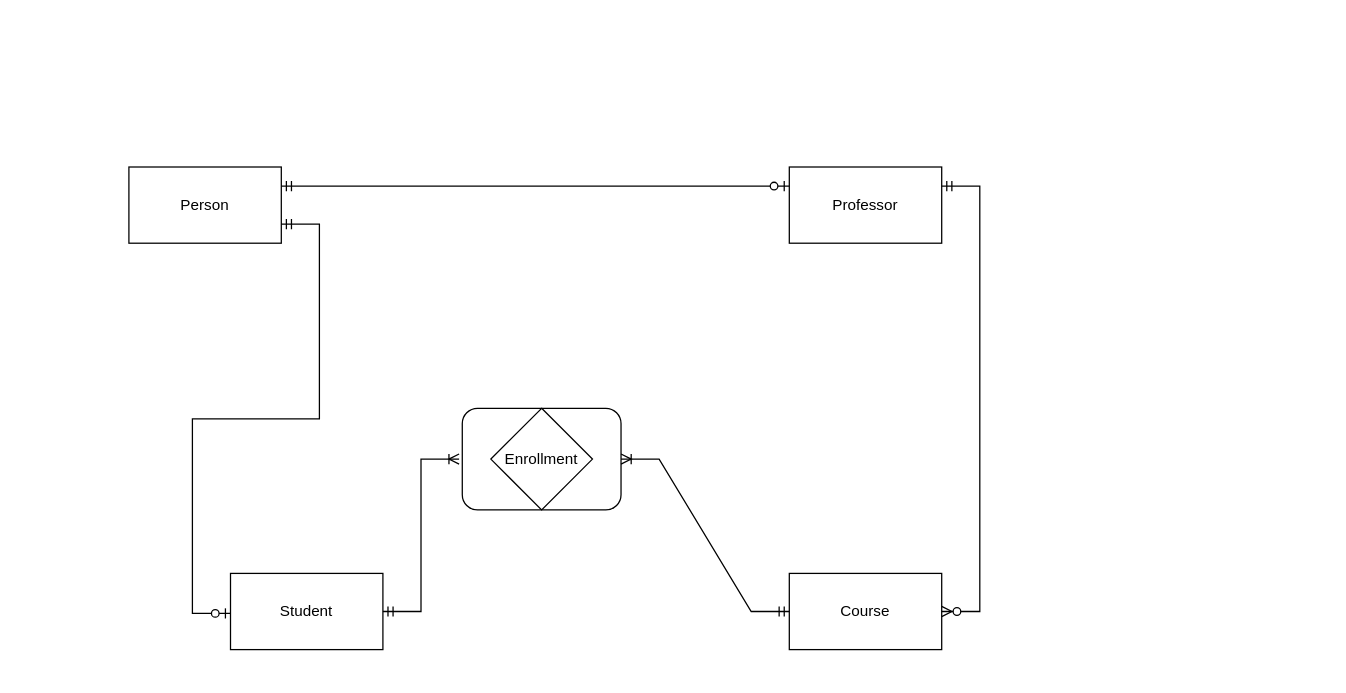
This is Untitled Diagram.drawio from nard-lee/doodle, a draw.io file, before an edit. Source tidied: cells renumbered, new cells numbered last; positions are measured from the earlier drawing's top-left corner, leaving out a move shared by most shapes. Both pictures are drawn from the tidied source at 127%, with x=0, y=0 at pixel (85, 166).
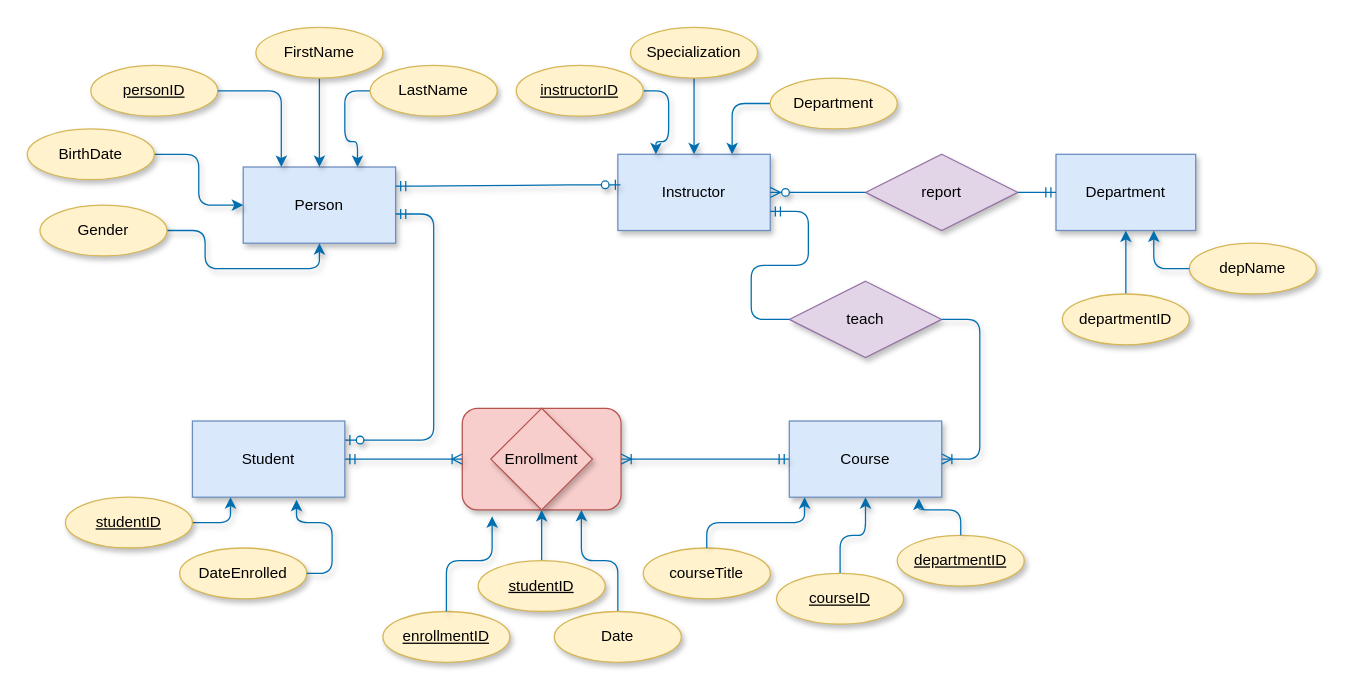
After the change.

Diff of the diagram source:
```diff
@@
-    <mxCell id="2" style="rounded=1;whiteSpace=wrap;html=1;" parent="1" vertex="1">
+    <mxCell id="2" style="rounded=1;whiteSpace=wrap;html=1;shadow=1;fillColor=#f8cecc;strokeColor=#b85450;" parent="1" vertex="1">
       <mxGeometry x="296.5" y="190" width="125" height="80" as="geometry" />
     </mxCell>
-    <mxCell id="3" value="Enrollment" style="rhombus;whiteSpace=wrap;html=1;" parent="1" vertex="1">
+    <mxCell id="3" value="Enrollment" style="rhombus;whiteSpace=wrap;html=1;shadow=1;strokeWidth=1;fillColor=#f8cecc;strokeColor=#b85450;" parent="1" vertex="1">
       <mxGeometry x="319" y="190" width="80" height="80" as="geometry" />
     </mxCell>
-    <mxCell id="4" value="Person" style="rounded=0;whiteSpace=wrap;html=1;" parent="1" vertex="1">
-      <mxGeometry x="34" width="120" height="60" as="geometry" />
+    <mxCell id="4" value="Person" style="rounded=0;whiteSpace=wrap;html=1;shadow=1;fillColor=#dae8fc;strokeColor=#6c8ebf;" parent="1" vertex="1">
+      <mxGeometry x="124" width="120" height="60" as="geometry" />
     </mxCell>
-    <mxCell id="5" value="Professor" style="rounded=0;whiteSpace=wrap;html=1;" parent="1" vertex="1">
-      <mxGeometry x="554" width="120" height="60" as="geometry" />
+    <mxCell id="5" value="Instructor" style="rounded=0;whiteSpace=wrap;html=1;shadow=1;fillColor=#dae8fc;strokeColor=#6c8ebf;" parent="1" vertex="1">
+      <mxGeometry x="419" y="-10" width="120" height="60" as="geometry" />
     </mxCell>
-    <mxCell id="6" value="Student" style="rounded=0;whiteSpace=wrap;html=1;" parent="1" vertex="1">
-      <mxGeometry x="114" y="320" width="120" height="60" as="geometry" />
-    </mxCell>
-    <mxCell id="7" value="Course" style="rounded=0;whiteSpace=wrap;html=1;" parent="1" vertex="1">
-      <mxGeometry x="554" y="320" width="120" height="60" as="geometry" />
+    <mxCell id="7" value="Course" style="rounded=0;whiteSpace=wrap;html=1;shadow=1;glass=0;fillColor=#dae8fc;strokeColor=#6c8ebf;" parent="1" vertex="1">
+      <mxGeometry x="554" y="200" width="120" height="60" as="geometry" />
     </mxCell>
-    <mxCell id="8" style="edgeStyle=entityRelationEdgeStyle;fontSize=12;html=1;endArrow=ERoneToMany;startArrow=ERmandOne;rounded=0;entryX=1;entryY=0.5;entryDx=0;entryDy=0;exitX=0;exitY=0.5;exitDx=0;exitDy=0;" parent="1" edge="1" source="7" target="2">
+    <mxCell id="8" style="edgeStyle=entityRelationEdgeStyle;fontSize=12;html=1;endArrow=ERoneToMany;startArrow=ERmandOne;rounded=1;entryX=1;entryY=0.5;entryDx=0;entryDy=0;exitX=0;exitY=0.5;exitDx=0;exitDy=0;shadow=1;enumerate=0;fillColor=#1ba1e2;strokeColor=#006EAF;" parent="1" edge="1" source="7" target="2">
       <mxGeometry relative="1" as="geometry" />
     </mxCell>
-    <mxCell id="9" style="edgeStyle=entityRelationEdgeStyle;fontSize=12;html=1;endArrow=ERoneToMany;startArrow=ERmandOne;rounded=0;exitX=1;exitY=0.5;exitDx=0;exitDy=0;" parent="1" edge="1" source="6">
-      <mxGeometry relative="1" as="geometry">
-        <mxPoint x="294" y="230" as="targetPoint" />
-      </mxGeometry>
+    <mxCell id="9" style="edgeStyle=entityRelationEdgeStyle;fontSize=12;html=1;endArrow=ERoneToMany;startArrow=ERmandOne;rounded=1;exitX=1;exitY=0.5;exitDx=0;exitDy=0;entryX=0;entryY=0.5;entryDx=0;entryDy=0;shadow=1;fillColor=#1ba1e2;strokeColor=#006EAF;" parent="1" edge="1" source="6" target="2">
+      <mxGeometry relative="1" as="geometry" />
     </mxCell>
-    <mxCell id="10" style="edgeStyle=entityRelationEdgeStyle;fontSize=12;html=1;endArrow=ERzeroToOne;startArrow=ERmandOne;rounded=0;entryX=0.45;entryY=-0.033;entryDx=0;entryDy=0;entryPerimeter=0;exitX=1;exitY=0.75;exitDx=0;exitDy=0;" parent="1" edge="1" source="4">
-      <mxGeometry relative="1" as="geometry">
-        <mxPoint x="114" y="351.5" as="targetPoint" />
-        <Array as="points">
-          <mxPoint y="503.5" />
-        </Array>
-      </mxGeometry>
-    </mxCell>
-    <mxCell id="11" style="edgeStyle=entityRelationEdgeStyle;fontSize=12;html=1;endArrow=ERzeroToOne;startArrow=ERmandOne;rounded=0;exitX=1;exitY=0.25;exitDx=0;exitDy=0;entryX=0;entryY=0.25;entryDx=0;entryDy=0;" parent="1" edge="1" source="4" target="5">
+    <mxCell id="11" style="edgeStyle=entityRelationEdgeStyle;fontSize=12;html=1;endArrow=ERzeroToOne;startArrow=ERmandOne;rounded=1;exitX=1;exitY=0.25;exitDx=0;exitDy=0;entryX=0.017;entryY=0.4;entryDx=0;entryDy=0;entryPerimeter=0;shadow=1;fillColor=#1ba1e2;strokeColor=#006EAF;" parent="1" edge="1" source="4" target="5">
       <mxGeometry relative="1" as="geometry" />
     </mxCell>
-    <mxCell id="12" style="edgeStyle=entityRelationEdgeStyle;fontSize=12;html=1;endArrow=ERzeroToMany;startArrow=ERmandOne;rounded=0;entryX=1;entryY=0.5;entryDx=0;entryDy=0;exitX=1;exitY=0.25;exitDx=0;exitDy=0;" parent="1" edge="1" source="5" target="7">
-      <mxGeometry relative="1" as="geometry">
-        <Array as="points">
-          <mxPoint x="704" y="300" />
-        </Array>
-      </mxGeometry>
-    </mxCell>
+    <mxCell id="13" value="personID" style="ellipse;whiteSpace=wrap;html=1;align=center;fontStyle=4;shadow=1;fillColor=#fff2cc;strokeColor=#d6b656;" parent="1" vertex="1">
+      <mxGeometry x="4" y="-80" width="100" height="40" as="geometry" />
+    </mxCell>
+    <mxCell id="14" style="edgeStyle=orthogonalEdgeStyle;rounded=1;jettySize=auto;html=1;exitX=1;exitY=0.5;exitDx=0;exitDy=0;entryX=0.25;entryY=0;entryDx=0;entryDy=0;shadow=1;fillColor=#1ba1e2;strokeColor=#006EAF;" parent="1" edge="1" source="13" target="4">
+      <mxGeometry relative="1" as="geometry" />
+    </mxCell>
+    <mxCell id="15" style="edgeStyle=orthogonalEdgeStyle;rounded=1;jettySize=auto;html=1;exitX=0.5;exitY=1;exitDx=0;exitDy=0;entryX=0.5;entryY=0;entryDx=0;entryDy=0;shadow=1;fillColor=#1ba1e2;strokeColor=#006EAF;" parent="1" edge="1" source="16" target="4">
+      <mxGeometry relative="1" as="geometry" />
+    </mxCell>
+    <mxCell id="16" value="FirstName" style="ellipse;whiteSpace=wrap;html=1;align=center;shadow=1;fillColor=#fff2cc;strokeColor=#d6b656;" parent="1" vertex="1">
+      <mxGeometry x="134" y="-110" width="100" height="40" as="geometry" />
+    </mxCell>
+    <mxCell id="17" style="edgeStyle=orthogonalEdgeStyle;rounded=1;jettySize=auto;html=1;exitX=0;exitY=0.5;exitDx=0;exitDy=0;entryX=0.75;entryY=0;entryDx=0;entryDy=0;shadow=1;fillColor=#1ba1e2;strokeColor=#006EAF;" parent="1" edge="1" source="18" target="4">
+      <mxGeometry relative="1" as="geometry" />
+    </mxCell>
+    <mxCell id="18" value="LastName" style="ellipse;whiteSpace=wrap;html=1;align=center;shadow=1;fillColor=#fff2cc;strokeColor=#d6b656;" parent="1" vertex="1">
+      <mxGeometry x="224" y="-80" width="100" height="40" as="geometry" />
+    </mxCell>
+    <mxCell id="19" style="edgeStyle=orthogonalEdgeStyle;rounded=1;jettySize=auto;html=1;exitX=1;exitY=0.5;exitDx=0;exitDy=0;entryX=0;entryY=0.5;entryDx=0;entryDy=0;shadow=1;fillColor=#1ba1e2;strokeColor=#006EAF;" parent="1" edge="1" source="20" target="4">
+      <mxGeometry relative="1" as="geometry" />
+    </mxCell>
+    <mxCell id="20" value="BirthDate" style="ellipse;whiteSpace=wrap;html=1;align=center;shadow=1;fillColor=#fff2cc;strokeColor=#d6b656;" parent="1" vertex="1">
+      <mxGeometry x="-46" y="-30" width="100" height="40" as="geometry" />
+    </mxCell>
+    <mxCell id="21" style="edgeStyle=orthogonalEdgeStyle;rounded=1;jettySize=auto;html=1;exitX=1;exitY=0.5;exitDx=0;exitDy=0;entryX=0.25;entryY=0;entryDx=0;entryDy=0;shadow=1;fillColor=#1ba1e2;strokeColor=#006EAF;" parent="1" edge="1" source="22" target="5">
+      <mxGeometry relative="1" as="geometry" />
+    </mxCell>
+    <mxCell id="22" value="instructorID" style="ellipse;whiteSpace=wrap;html=1;align=center;fontStyle=4;shadow=1;fillColor=#fff2cc;strokeColor=#d6b656;" parent="1" vertex="1">
+      <mxGeometry x="339" y="-80" width="100" height="40" as="geometry" />
+    </mxCell>
+    <mxCell id="23" style="edgeStyle=orthogonalEdgeStyle;rounded=1;jettySize=auto;html=1;exitX=1;exitY=0.5;exitDx=0;exitDy=0;entryX=0.5;entryY=1;entryDx=0;entryDy=0;shadow=1;fillColor=#1ba1e2;strokeColor=#006EAF;" parent="1" edge="1" source="24" target="4">
+      <mxGeometry relative="1" as="geometry" />
+    </mxCell>
+    <mxCell id="24" value="Gender" style="ellipse;whiteSpace=wrap;html=1;align=center;shadow=1;fillColor=#fff2cc;strokeColor=#d6b656;" parent="1" vertex="1">
+      <mxGeometry x="-36" y="30" width="100" height="40" as="geometry" />
+    </mxCell>
+    <mxCell id="25" style="edgeStyle=orthogonalEdgeStyle;rounded=1;jettySize=auto;html=1;exitX=0.5;exitY=1;exitDx=0;exitDy=0;shadow=1;fillColor=#1ba1e2;strokeColor=#006EAF;" parent="1" edge="1" source="26" target="5">
+      <mxGeometry relative="1" as="geometry" />
+    </mxCell>
+    <mxCell id="26" value="Specialization" style="ellipse;whiteSpace=wrap;html=1;align=center;shadow=1;fillColor=#fff2cc;strokeColor=#d6b656;" parent="1" vertex="1">
+      <mxGeometry x="429" y="-110" width="100" height="40" as="geometry" />
+    </mxCell>
+    <mxCell id="27" style="edgeStyle=orthogonalEdgeStyle;rounded=1;jettySize=auto;html=1;exitX=0;exitY=0.5;exitDx=0;exitDy=0;entryX=0.75;entryY=0;entryDx=0;entryDy=0;shadow=1;fillColor=#1ba1e2;strokeColor=#006EAF;" parent="1" edge="1" source="28" target="5">
+      <mxGeometry relative="1" as="geometry" />
+    </mxCell>
+    <mxCell id="28" value="Department" style="ellipse;whiteSpace=wrap;html=1;align=center;shadow=1;fillColor=#fff2cc;strokeColor=#d6b656;" parent="1" vertex="1">
+      <mxGeometry x="539" y="-70" width="100" height="40" as="geometry" />
+    </mxCell>
+    <mxCell id="29" style="edgeStyle=entityRelationEdgeStyle;fontSize=12;html=1;endArrow=ERzeroToOne;startArrow=ERmandOne;rounded=1;exitX=1.042;exitY=0.617;exitDx=0;exitDy=0;shadow=1;entryX=1;entryY=0.25;entryDx=0;entryDy=0;sourcePerimeterSpacing=100;strokeWidth=1;exitPerimeter=0;flowAnimation=0;fillColor=#1ba1e2;strokeColor=#006EAF;" parent="1" edge="1" target="6">
+      <mxGeometry relative="1" as="geometry">
+        <mxPoint x="244" y="37" as="sourcePoint" />
+        <Array as="points">
+          <mxPoint x="15" y="513.5" />
+        </Array>
+      </mxGeometry>
+    </mxCell>
+    <mxCell id="6" value="Student" style="rounded=0;whiteSpace=wrap;html=1;shadow=1;fillColor=#dae8fc;strokeColor=#6c8ebf;" parent="1" vertex="1">
+      <mxGeometry x="84" y="200" width="120" height="60" as="geometry" />
+    </mxCell>
+    <mxCell id="30" style="edgeStyle=orthogonalEdgeStyle;rounded=1;jettySize=auto;html=1;exitX=1;exitY=0.5;exitDx=0;exitDy=0;entryX=0.25;entryY=1;entryDx=0;entryDy=0;shadow=1;fillColor=#1ba1e2;strokeColor=#006EAF;" parent="1" edge="1" source="31" target="6">
+      <mxGeometry relative="1" as="geometry" />
+    </mxCell>
+    <mxCell id="31" value="studentID" style="ellipse;whiteSpace=wrap;html=1;align=center;fontStyle=4;shadow=1;fillColor=#fff2cc;strokeColor=#d6b656;" parent="1" vertex="1">
+      <mxGeometry x="-16" y="260" width="100" height="40" as="geometry" />
+    </mxCell>
+    <mxCell id="32" value="DateEnrolled" style="ellipse;whiteSpace=wrap;html=1;align=center;shadow=1;fillColor=#fff2cc;strokeColor=#d6b656;" parent="1" vertex="1">
+      <mxGeometry x="74" y="300" width="100" height="40" as="geometry" />
+    </mxCell>
+    <mxCell id="33" value="Department" style="whiteSpace=wrap;html=1;align=center;shadow=1;fillColor=#dae8fc;strokeColor=#6c8ebf;" parent="1" vertex="1">
+      <mxGeometry x="764" y="-10" width="110" height="60" as="geometry" />
+    </mxCell>
+    <mxCell id="34" style="edgeStyle=orthogonalEdgeStyle;rounded=1;jettySize=auto;html=1;exitX=0.5;exitY=0;exitDx=0;exitDy=0;entryX=0.5;entryY=1;entryDx=0;entryDy=0;shadow=1;fillColor=#1ba1e2;strokeColor=#006EAF;" parent="1" edge="1" source="35" target="7">
+      <mxGeometry relative="1" as="geometry" />
+    </mxCell>
+    <mxCell id="35" value="courseID" style="ellipse;whiteSpace=wrap;html=1;align=center;fontStyle=4;shadow=1;fillColor=#fff2cc;strokeColor=#d6b656;" parent="1" vertex="1">
+      <mxGeometry x="544" y="320" width="100" height="40" as="geometry" />
+    </mxCell>
+    <mxCell id="36" value="courseTitle" style="ellipse;whiteSpace=wrap;html=1;align=center;shadow=1;fillColor=#fff2cc;strokeColor=#d6b656;" parent="1" vertex="1">
+      <mxGeometry x="439" y="300" width="100" height="40" as="geometry" />
+    </mxCell>
+    <mxCell id="37" value="departmentID" style="ellipse;whiteSpace=wrap;html=1;align=center;fontStyle=4;shadow=1;fillColor=#fff2cc;strokeColor=#d6b656;" parent="1" vertex="1">
+      <mxGeometry x="639" y="290" width="100" height="40" as="geometry" />
+    </mxCell>
+    <mxCell id="38" style="edgeStyle=orthogonalEdgeStyle;rounded=1;jettySize=auto;html=1;exitX=0.5;exitY=0;exitDx=0;exitDy=0;entryX=0.1;entryY=1;entryDx=0;entryDy=0;entryPerimeter=0;shadow=1;fillColor=#1ba1e2;strokeColor=#006EAF;" parent="1" edge="1" source="36" target="7">
+      <mxGeometry relative="1" as="geometry" />
+    </mxCell>
+    <mxCell id="39" style="edgeStyle=orthogonalEdgeStyle;rounded=1;jettySize=auto;html=1;exitX=0.5;exitY=0;exitDx=0;exitDy=0;entryX=0.85;entryY=1.017;entryDx=0;entryDy=0;entryPerimeter=0;shadow=1;fillColor=#1ba1e2;strokeColor=#006EAF;" parent="1" edge="1" source="37" target="7">
+      <mxGeometry relative="1" as="geometry" />
+    </mxCell>
+    <mxCell id="40" value="teach" style="shape=rhombus;perimeter=rhombusPerimeter;whiteSpace=wrap;html=1;align=center;shadow=1;fillColor=#e1d5e7;strokeColor=#9673a6;" parent="1" vertex="1">
+      <mxGeometry x="554" y="90" width="120" height="60" as="geometry" />
+    </mxCell>
+    <mxCell id="41" value="report" style="shape=rhombus;perimeter=rhombusPerimeter;whiteSpace=wrap;html=1;align=center;shadow=1;fillColor=#e1d5e7;strokeColor=#9673a6;" parent="1" vertex="1">
+      <mxGeometry x="614" y="-10" width="120" height="60" as="geometry" />
+    </mxCell>
+    <mxCell id="42" style="edgeStyle=entityRelationEdgeStyle;fontSize=12;html=1;endArrow=ERzeroToMany;endFill=1;rounded=1;entryX=1;entryY=0.5;entryDx=0;entryDy=0;exitX=0;exitY=0.5;exitDx=0;exitDy=0;shadow=1;fillColor=#1ba1e2;strokeColor=#006EAF;" parent="1" edge="1" source="41" target="5">
+      <mxGeometry relative="1" as="geometry" />
+    </mxCell>
+    <mxCell id="43" style="edgeStyle=entityRelationEdgeStyle;fontSize=12;html=1;endArrow=ERmandOne;rounded=0;exitX=1;exitY=0.5;exitDx=0;exitDy=0;entryX=0;entryY=0.5;entryDx=0;entryDy=0;fillColor=#1ba1e2;strokeColor=#006EAF;" parent="1" edge="1" source="41" target="33">
+      <mxGeometry relative="1" as="geometry">
+        <Array as="points">
+          <mxPoint x="894" y="30" />
+        </Array>
+      </mxGeometry>
+    </mxCell>
+    <mxCell id="44" style="edgeStyle=orthogonalEdgeStyle;rounded=1;jettySize=auto;html=1;exitX=0.5;exitY=0;exitDx=0;exitDy=0;entryX=0.5;entryY=1;entryDx=0;entryDy=0;shadow=1;fillColor=#1ba1e2;strokeColor=#006EAF;" parent="1" edge="1" source="45" target="33">
+      <mxGeometry relative="1" as="geometry" />
+    </mxCell>
+    <mxCell id="45" value="departmentID" style="ellipse;whiteSpace=wrap;html=1;align=center;shadow=1;fillColor=#fff2cc;strokeColor=#d6b656;" parent="1" vertex="1">
+      <mxGeometry x="769" y="100" width="100" height="40" as="geometry" />
+    </mxCell>
+    <mxCell id="46" value="depName" style="ellipse;whiteSpace=wrap;html=1;align=center;shadow=1;fillColor=#fff2cc;strokeColor=#d6b656;" parent="1" vertex="1">
+      <mxGeometry x="869" y="60" width="100" height="40" as="geometry" />
+    </mxCell>
+    <mxCell id="47" style="edgeStyle=orthogonalEdgeStyle;rounded=1;jettySize=auto;html=1;exitX=0;exitY=0.5;exitDx=0;exitDy=0;entryX=0.7;entryY=1;entryDx=0;entryDy=0;entryPerimeter=0;shadow=1;fillColor=#1ba1e2;strokeColor=#006EAF;" parent="1" edge="1" source="46" target="33">
+      <mxGeometry relative="1" as="geometry" />
+    </mxCell>
+    <mxCell id="48" value="enrollmentID" style="ellipse;whiteSpace=wrap;html=1;align=center;fontStyle=4;shadow=1;fillColor=#fff2cc;strokeColor=#d6b656;" parent="1" vertex="1">
+      <mxGeometry x="234" y="350" width="100" height="40" as="geometry" />
+    </mxCell>
+    <mxCell id="49" style="edgeStyle=orthogonalEdgeStyle;rounded=1;jettySize=auto;html=1;exitX=0.5;exitY=0;exitDx=0;exitDy=0;shadow=1;fillColor=#1ba1e2;strokeColor=#006EAF;" parent="1" edge="1" source="50" target="2">
+      <mxGeometry relative="1" as="geometry" />
+    </mxCell>
+    <mxCell id="50" value="studentID" style="ellipse;whiteSpace=wrap;html=1;align=center;fontStyle=4;shadow=1;fillColor=#fff2cc;strokeColor=#d6b656;" parent="1" vertex="1">
+      <mxGeometry x="309" y="310" width="100" height="40" as="geometry" />
+    </mxCell>
+    <mxCell id="51" style="edgeStyle=orthogonalEdgeStyle;rounded=1;jettySize=auto;html=1;exitX=1;exitY=0.5;exitDx=0;exitDy=0;entryX=0.683;entryY=1.033;entryDx=0;entryDy=0;entryPerimeter=0;shadow=1;fillColor=#1ba1e2;strokeColor=#006EAF;" parent="1" edge="1" source="32" target="6">
+      <mxGeometry relative="1" as="geometry" />
+    </mxCell>
+    <mxCell id="52" style="edgeStyle=orthogonalEdgeStyle;rounded=1;jettySize=auto;html=1;exitX=0.5;exitY=0;exitDx=0;exitDy=0;entryX=0.75;entryY=1;entryDx=0;entryDy=0;shadow=1;fillColor=#1ba1e2;strokeColor=#006EAF;" parent="1" edge="1" source="53" target="2">
+      <mxGeometry relative="1" as="geometry" />
+    </mxCell>
+    <mxCell id="53" value="Date" style="ellipse;whiteSpace=wrap;html=1;align=center;shadow=1;fillColor=#fff2cc;strokeColor=#d6b656;" parent="1" vertex="1">
+      <mxGeometry x="369" y="350" width="100" height="40" as="geometry" />
+    </mxCell>
+    <mxCell id="54" style="edgeStyle=orthogonalEdgeStyle;rounded=1;jettySize=auto;html=1;exitX=0.5;exitY=0;exitDx=0;exitDy=0;entryX=0.188;entryY=1.063;entryDx=0;entryDy=0;entryPerimeter=0;shadow=1;fillColor=#1ba1e2;strokeColor=#006EAF;" parent="1" edge="1" source="48" target="2">
+      <mxGeometry relative="1" as="geometry" />
+    </mxCell>
+    <mxCell id="55" style="edgeStyle=entityRelationEdgeStyle;fontSize=12;html=1;endArrow=ERmandOne;rounded=1;entryX=1;entryY=0.75;entryDx=0;entryDy=0;exitX=0;exitY=0.5;exitDx=0;exitDy=0;fillColor=#1ba1e2;strokeColor=#006EAF;" parent="1" edge="1" source="40" target="5">
+      <mxGeometry relative="1" as="geometry" />
+    </mxCell>
+    <mxCell id="56" style="edgeStyle=entityRelationEdgeStyle;fontSize=12;html=1;endArrow=ERoneToMany;rounded=1;shadow=1;snapToPoint=1;flowAnimation=0;endFill=1;orthogonal=1;comic=0;enumerate=0;exitX=1;exitY=0.5;exitDx=0;exitDy=0;fillColor=#1ba1e2;strokeColor=#006EAF;" parent="1" edge="1" source="40" target="7">
+      <mxGeometry relative="1" as="geometry" />
+    </mxCell>
```
